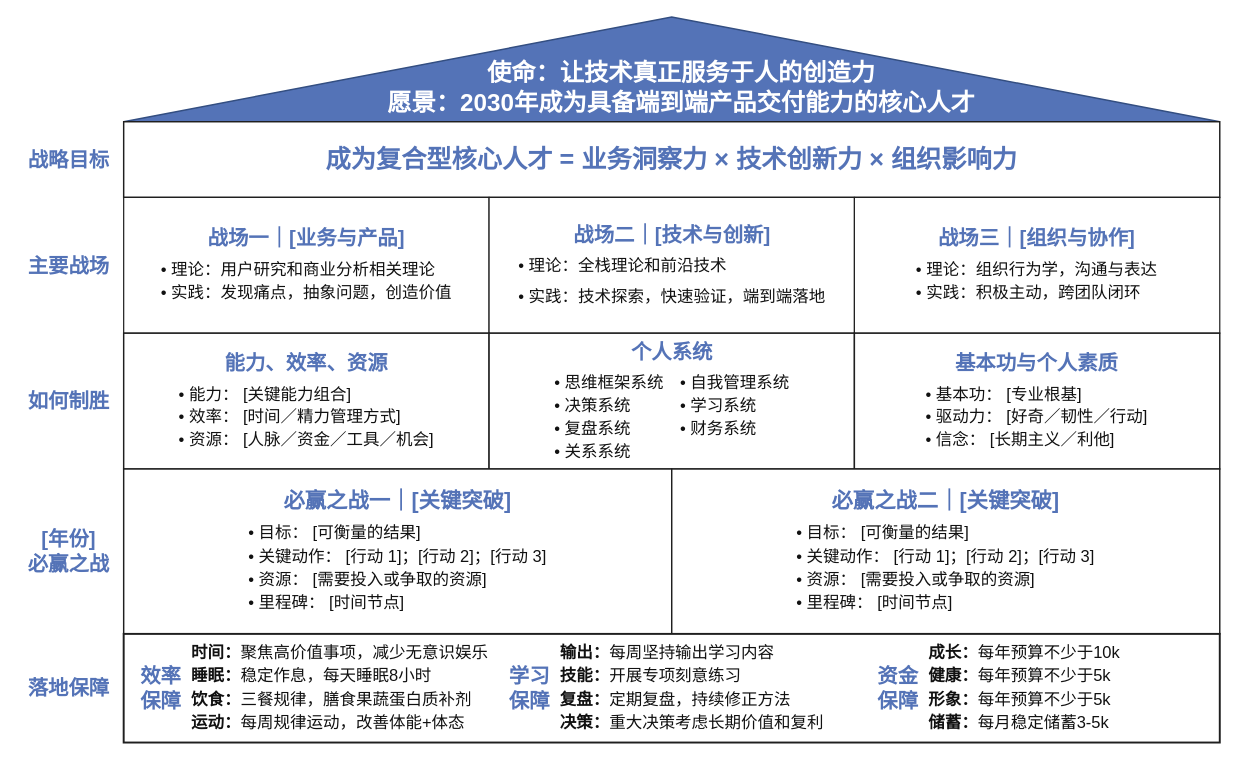
Before: 个人战略屋模板.drawio in beauc114514/beauc114514, a draw.io diagram. Source tidied: cells renumbered, new cells numbered last; positions are measured from the earlier drawing's top-left corner, leaving out a move shared by most shapes. Both pictures are drawn from the tidied source at 97%, with x=0, y=0 at pixel (16, 16).
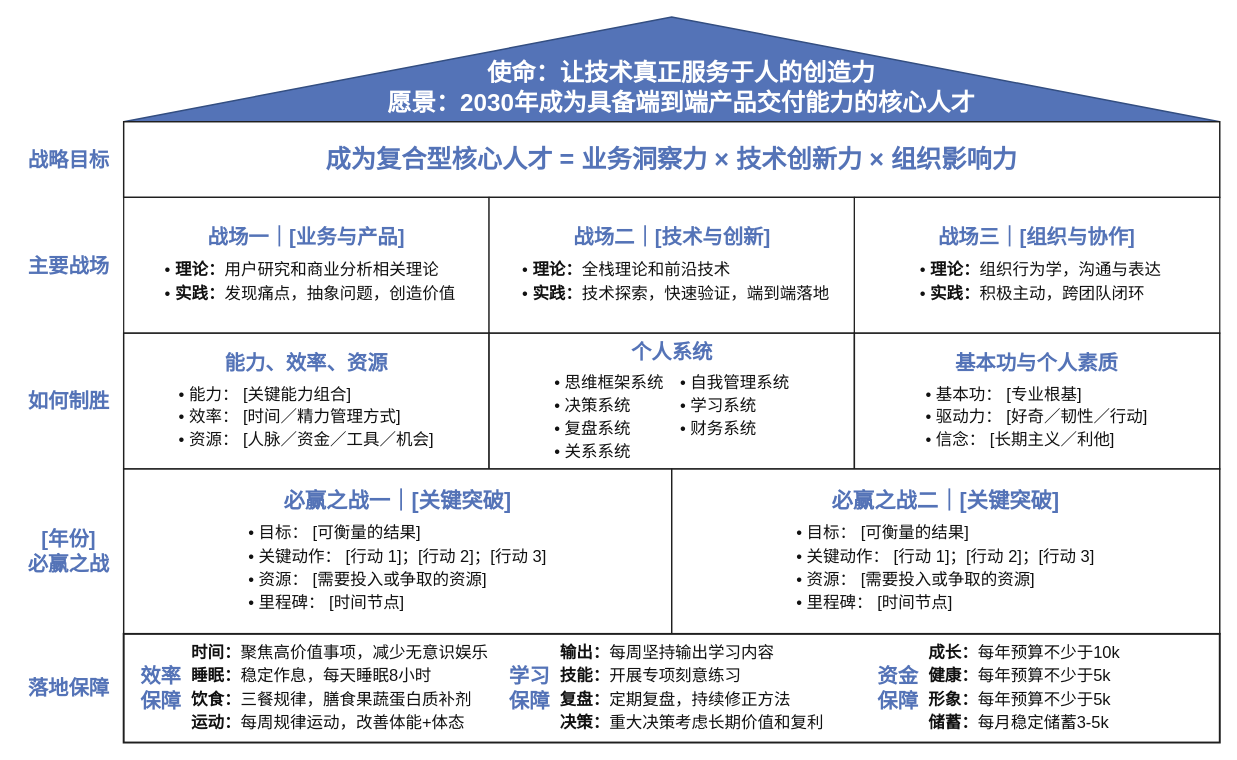
The same diagram, later.

Commit message:
统一主要战场文字排版

Change to the diagram source:
```diff
@@
-    <mxCell id="6" value="&lt;b style=&quot;font-size: 21px; color: rgb(84, 115, 183);&quot;&gt;战场一｜[&lt;/b&gt;&lt;span style=&quot;font-size: 21px; color: rgb(84, 115, 183);&quot;&gt;&lt;b&gt;业务与产品&lt;/b&gt;&lt;/span&gt;&lt;b style=&quot;font-size: 21px; color: rgb(84, 115, 183);&quot;&gt;]&lt;/b&gt;&lt;div align=&quot;left&quot; style=&quot;font-size:17px;line-height:1.4;margin-top:8px;&quot;&gt;• 理论：用户研究和商业分析相关理论&lt;br&gt;• 实践：发现痛点，抽象问题，创造价值&lt;/div&gt;" style="rounded=0;html=1;whiteSpace=wrap;align=center;verticalAlign=middle;spacing=7;fillColor=#FFFFFF;strokeColor=#1F1F1F;strokeWidth=1.25;fontColor=#111111;fontFamily=PingFang SC;fontSize=17;" parent="1" vertex="1">
+    <mxCell id="6" value="&lt;div style=&quot;font-size:21px;font-weight:700;color:#5473B7;&quot;&gt;战场一｜[业务与产品]&lt;/div&gt;&lt;div align=&quot;left&quot; style=&quot;font-size:17px;line-height:1.45;margin-top:9px;padding-left:8px;&quot;&gt;• &lt;b&gt;理论：&lt;/b&gt;用户研究和商业分析相关理论&lt;br&gt;• &lt;b&gt;实践：&lt;/b&gt;发现痛点，抽象问题，创造价值&lt;/div&gt;" style="rounded=0;html=1;whiteSpace=wrap;align=center;verticalAlign=middle;spacing=7;fillColor=#FFFFFF;strokeColor=#1F1F1F;strokeWidth=1.25;fontColor=#111111;fontFamily=PingFang SC;fontSize=17;" parent="1" vertex="1">
       <mxGeometry x="110" y="186" width="376.7" height="140" as="geometry" />
     </mxCell>
-    <mxCell id="7" value="&lt;b style=&quot;font-size: 21px; color: rgb(84, 115, 183);&quot;&gt;战场二｜[技术与创新]&lt;/b&gt;&lt;div align=&quot;left&quot; style=&quot;font-size:17px;line-height:1.4;margin-top:8px;&quot;&gt;• 理论：全栈理论和前沿技术&lt;/div&gt;&lt;div align=&quot;left&quot; style=&quot;font-size:17px;line-height:1.4;margin-top:8px;&quot;&gt;• 实践：技术探索，快速验证，端到端落地&lt;/div&gt;" style="rounded=0;html=1;whiteSpace=wrap;align=center;verticalAlign=middle;spacing=7;fillColor=#FFFFFF;strokeColor=#1F1F1F;strokeWidth=1.25;fontColor=#111111;fontFamily=PingFang SC;fontSize=17;" parent="1" vertex="1">
+    <mxCell id="7" value="&lt;div style=&quot;font-size:21px;font-weight:700;color:#5473B7;&quot;&gt;战场二｜[技术与创新]&lt;/div&gt;&lt;div align=&quot;left&quot; style=&quot;font-size:17px;line-height:1.45;margin-top:9px;padding-left:8px;&quot;&gt;• &lt;b&gt;理论：&lt;/b&gt;全栈理论和前沿技术&lt;br&gt;• &lt;b&gt;实践：&lt;/b&gt;技术探索，快速验证，端到端落地&lt;/div&gt;" style="rounded=0;html=1;whiteSpace=wrap;align=center;verticalAlign=middle;spacing=7;fillColor=#FFFFFF;strokeColor=#1F1F1F;strokeWidth=1.25;fontColor=#111111;fontFamily=PingFang SC;fontSize=17;" parent="1" vertex="1">
       <mxGeometry x="486.7" y="186" width="376.7" height="140" as="geometry" />
     </mxCell>
-    <mxCell id="8" value="&lt;b style=&quot;font-size: 21px; color: rgb(84, 115, 183);&quot;&gt;战场三｜[组织与协作]&lt;/b&gt;&lt;div align=&quot;left&quot; style=&quot;font-size:17px;line-height:1.4;margin-top:8px;&quot;&gt;• 理论：组织行为学，沟通与表达&lt;br&gt;• 实践：积极主动，跨团队闭环&lt;/div&gt;" style="rounded=0;html=1;whiteSpace=wrap;align=center;verticalAlign=middle;spacing=7;fillColor=#FFFFFF;strokeColor=#1F1F1F;strokeWidth=1.25;fontColor=#111111;fontFamily=PingFang SC;fontSize=17;" parent="1" vertex="1">
+    <mxCell id="8" value="&lt;div style=&quot;font-size:21px;font-weight:700;color:#5473B7;&quot;&gt;战场三｜[组织与协作]&lt;/div&gt;&lt;div align=&quot;left&quot; style=&quot;font-size:17px;line-height:1.45;margin-top:9px;padding-left:8px;&quot;&gt;• &lt;b&gt;理论：&lt;/b&gt;组织行为学，沟通与表达&lt;br&gt;• &lt;b&gt;实践：&lt;/b&gt;积极主动，跨团队闭环&lt;/div&gt;" style="rounded=0;html=1;whiteSpace=wrap;align=center;verticalAlign=middle;spacing=7;fillColor=#FFFFFF;strokeColor=#1F1F1F;strokeWidth=1.25;fontColor=#111111;fontFamily=PingFang SC;fontSize=17;" parent="1" vertex="1">
       <mxGeometry x="863.3" y="186" width="376.7" height="140" as="geometry" />
     </mxCell>
```
